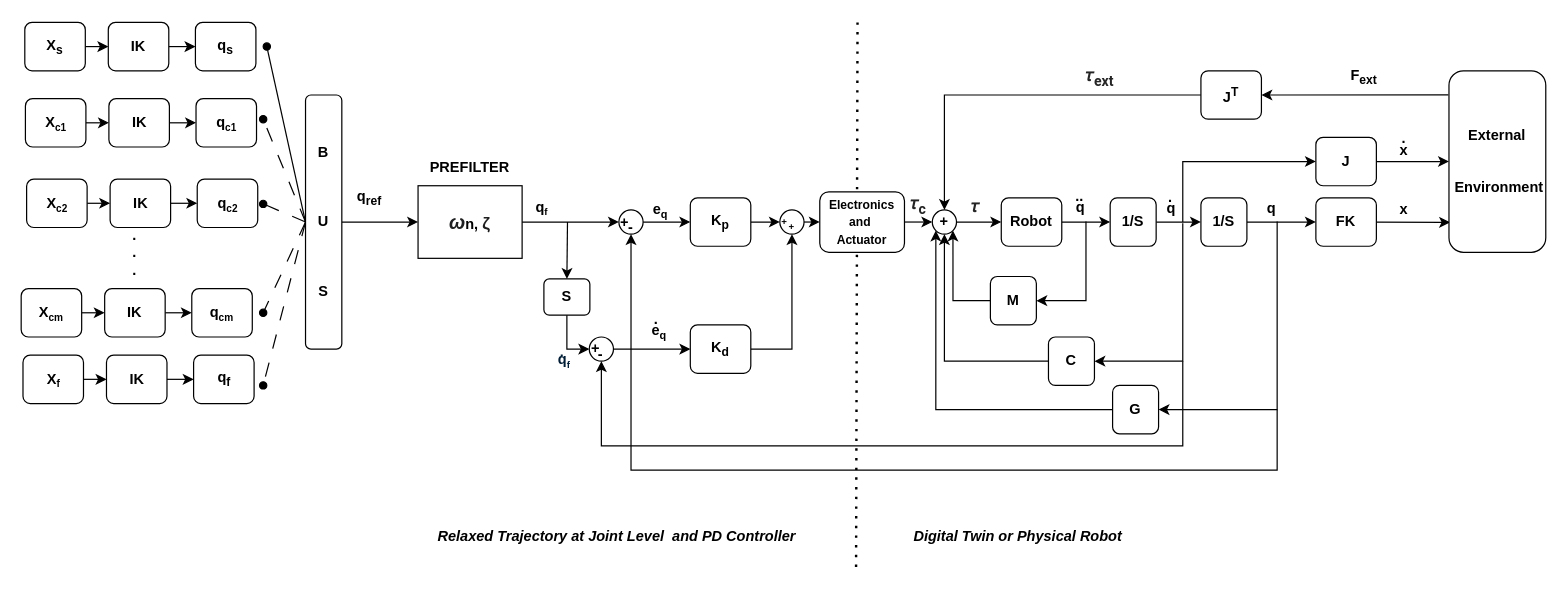
The draw.io diagram page "Page-1" (1 of 3) of October2025/drawio/HyperSphere.drawio in Kcygt/Trajectory_Optimization, before the edit. Source tidied: cells renumbered, new cells numbered last; positions are measured from the earlier drawing's top-left corner, leaving out a move shared by most shapes. Both pictures are drawn from the tidied source at 121%, with x=0, y=0 at pixel (21, 22).
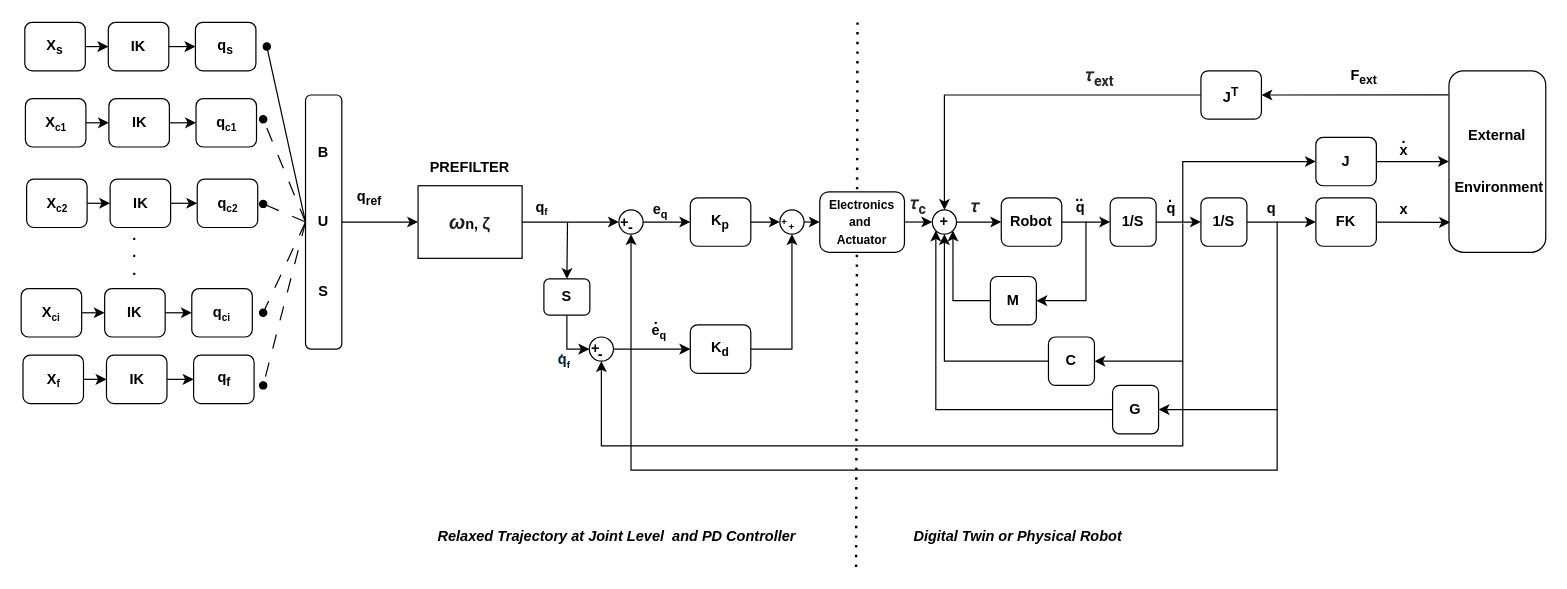
The same page after the edit.

The edit, as a diff of the source:
```diff
@@
-    <mxCell id="104" value="&lt;span&gt;q&lt;/span&gt;&lt;span style=&quot;font-size: 10px;&quot;&gt;&lt;sub&gt;cm&lt;/sub&gt;&lt;/span&gt;" style="rounded=1;whiteSpace=wrap;html=1;fontStyle=1;" parent="1" vertex="1">
+    <mxCell id="104" value="&lt;span&gt;q&lt;/span&gt;&lt;span style=&quot;font-size: 10px;&quot;&gt;&lt;sub&gt;ci&lt;/sub&gt;&lt;/span&gt;" style="rounded=1;whiteSpace=wrap;html=1;fontStyle=1;" parent="1" vertex="1">
       <mxGeometry x="141" y="220" width="50" height="40" as="geometry" />
     </mxCell>
@@
-    <mxCell id="106" value="&lt;span&gt;X&lt;span style=&quot;font-size: 10px;&quot;&gt;&lt;sub&gt;cm&lt;/sub&gt;&lt;/span&gt;&lt;/span&gt;" style="rounded=1;whiteSpace=wrap;html=1;fontStyle=1;" parent="1" vertex="1">
+    <mxCell id="106" value="&lt;span&gt;X&lt;span style=&quot;font-size: 10px;&quot;&gt;&lt;sub&gt;ci&lt;/sub&gt;&lt;/span&gt;&lt;/span&gt;" style="rounded=1;whiteSpace=wrap;html=1;fontStyle=1;" parent="1" vertex="1">
       <mxGeometry y="220" width="50" height="40" as="geometry" />
     </mxCell>
```
